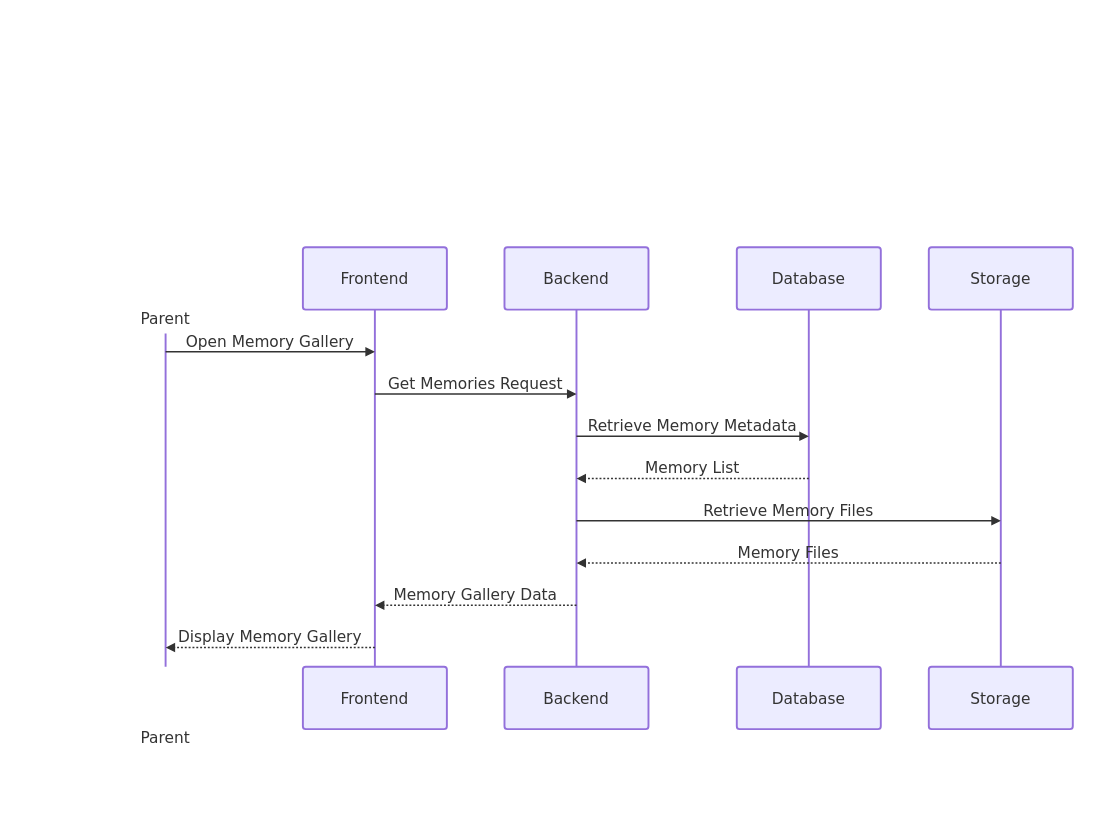
This is docs/requirements/SequenceDiagram/SequenceDiagram_ViewMemoryGallery_MVP_v1.0.drawio from khodadadipoone-boop/-Maniarverse-, a draw.io file, before an edit. Source tidied: cells renumbered, new cells numbered last; positions are measured from the earlier drawing's top-left corner, leaving out a move shared by most shapes. Both pictures are drawn from the tidied source at 96%, with x=0, y=0 at pixel (16, 16).
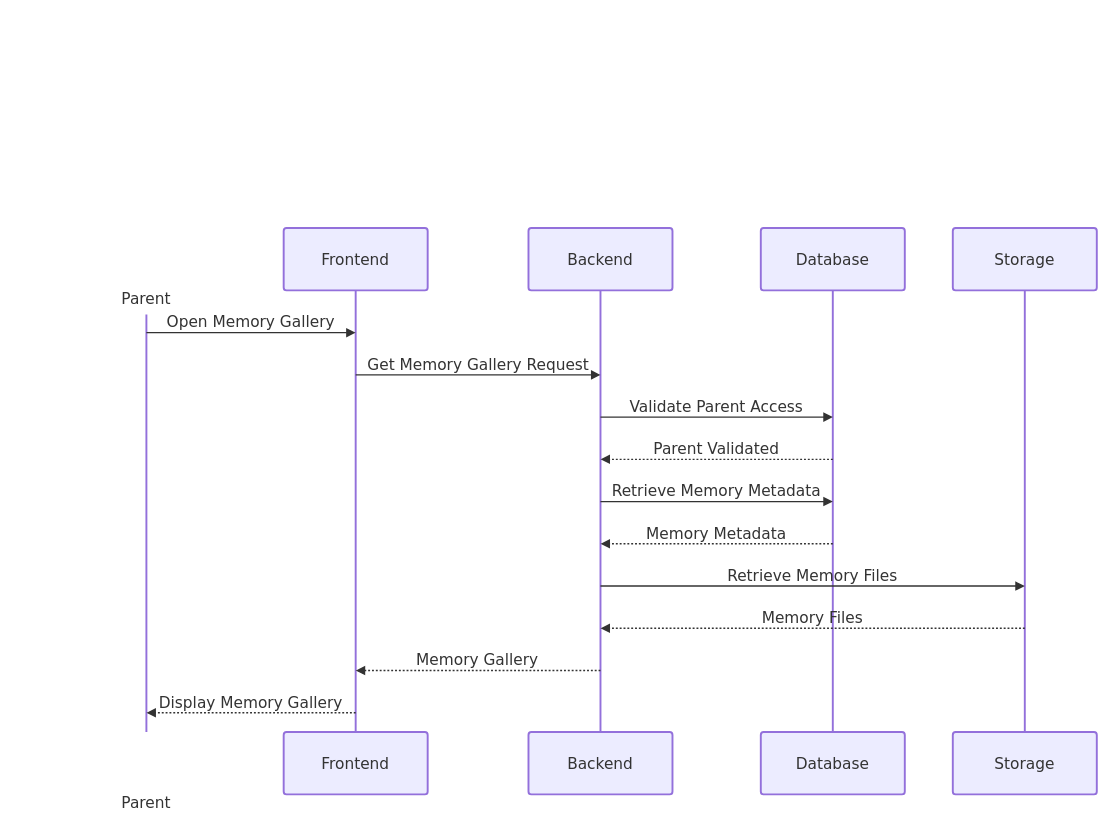
The same page after the edit.

Commit message (it also covers changes not shown here):
add parent access validation to view memory gallery sequence diagram

Unchanged cells that the change refers to:
```xml
<mxCell id="2" style="group;transparentBounds=1;editIcon=1;lockedGroup=0;groupPadding=20;" parent="1" vertex="1">
  <mxGeometry as="geometry" />
</mxCell>
```

What changed in the source:
```diff
@@
     <mxCell id="3" value="Parent" style="html=1;shape=umlLifeline;perimeter=lifelinePerimeter;whiteSpace=wrap;newEdgeStyle={&quot;edgeStyle&quot;:&quot;elbowEdgeStyle&quot;,&quot;elbow&quot;:&quot;vertical&quot;,&quot;curved&quot;:0,&quot;rounded&quot;:0};lifelineDashed=0;strokeWidth=2;rounded=1;absoluteArcSize=1;arcSize=6;lifelineColor=light-dark(#9370DB,#cccccc);participant=seqActorStick;verticalAlign=bottom;align=center;spacingBottom=4;size=90;fillColor=light-dark(#ECECFF,#1f2020);strokeColor=light-dark(#9370DB,#cccccc);fontColor=light-dark(#333333,#cccccc);fontFamily=Trebuchet MS,Verdana,Arial,sans-serif;fontSize=16;" parent="2" vertex="1">
-      <mxGeometry x="80" y="240" width="150" height="437" as="geometry" />
+      <mxGeometry x="60" y="220" width="150" height="525" as="geometry" />
     </mxCell>
     <mxCell id="4" value="Parent" style="html=1;shape=umlLifeline;perimeter=lifelinePerimeter;whiteSpace=wrap;lifelineDashed=0;strokeWidth=2;rounded=1;absoluteArcSize=1;arcSize=6;lifelineColor=light-dark(#9370DB,#cccccc);size=90;participant=seqActorStick;verticalAlign=bottom;align=center;spacingBottom=4;fillColor=light-dark(#ECECFF,#1f2020);strokeColor=light-dark(#9370DB,#cccccc);fontColor=light-dark(#333333,#cccccc);fontFamily=Trebuchet MS,Verdana,Arial,sans-serif;fontSize=16;" parent="2" vertex="1">
-      <mxGeometry x="80" y="677" width="150" height="90" as="geometry" />
+      <mxGeometry x="60" y="745" width="150" height="90" as="geometry" />
     </mxCell>
     <mxCell id="5" value="Frontend" style="html=1;shape=umlLifeline;perimeter=lifelinePerimeter;whiteSpace=wrap;newEdgeStyle={&quot;edgeStyle&quot;:&quot;elbowEdgeStyle&quot;,&quot;elbow&quot;:&quot;vertical&quot;,&quot;curved&quot;:0,&quot;rounded&quot;:0};lifelineDashed=0;strokeWidth=2;rounded=1;absoluteArcSize=1;arcSize=6;lifelineColor=light-dark(#9370DB,#cccccc);size=65;fillColor=light-dark(#ECECFF,#1f2020);strokeColor=light-dark(#9370DB,#cccccc);fontColor=light-dark(#333333,#cccccc);fontFamily=Trebuchet MS,Verdana,Arial,sans-serif;fontSize=16;" parent="2" vertex="1">
-      <mxGeometry x="298" y="240" width="150" height="437" as="geometry" />
+      <mxGeometry x="278" y="220" width="150" height="525" as="geometry" />
     </mxCell>
     <mxCell id="6" value="Frontend" style="html=1;rounded=1;absoluteArcSize=1;arcSize=6;verticalAlign=middle;align=center;strokeWidth=2;whiteSpace=wrap;fillColor=light-dark(#ECECFF,#1f2020);strokeColor=light-dark(#9370DB,#cccccc);fontColor=light-dark(#333333,#cccccc);fontFamily=Trebuchet MS,Verdana,Arial,sans-serif;fontSize=16;" parent="2" vertex="1">
-      <mxGeometry x="298" y="677" width="150" height="65" as="geometry" />
+      <mxGeometry x="278" y="745" width="150" height="65" as="geometry" />
     </mxCell>
     <mxCell id="7" value="Backend" style="html=1;shape=umlLifeline;perimeter=lifelinePerimeter;whiteSpace=wrap;newEdgeStyle={&quot;edgeStyle&quot;:&quot;elbowEdgeStyle&quot;,&quot;elbow&quot;:&quot;vertical&quot;,&quot;curved&quot;:0,&quot;rounded&quot;:0};lifelineDashed=0;strokeWidth=2;rounded=1;absoluteArcSize=1;arcSize=6;lifelineColor=light-dark(#9370DB,#cccccc);size=65;fillColor=light-dark(#ECECFF,#1f2020);strokeColor=light-dark(#9370DB,#cccccc);fontColor=light-dark(#333333,#cccccc);fontFamily=Trebuchet MS,Verdana,Arial,sans-serif;fontSize=16;" parent="2" vertex="1">
-      <mxGeometry x="508" y="240" width="150" height="437" as="geometry" />
+      <mxGeometry x="533" y="220" width="150" height="525" as="geometry" />
     </mxCell>
     <mxCell id="8" value="Backend" style="html=1;rounded=1;absoluteArcSize=1;arcSize=6;verticalAlign=middle;align=center;strokeWidth=2;whiteSpace=wrap;fillColor=light-dark(#ECECFF,#1f2020);strokeColor=light-dark(#9370DB,#cccccc);fontColor=light-dark(#333333,#cccccc);fontFamily=Trebuchet MS,Verdana,Arial,sans-serif;fontSize=16;" parent="2" vertex="1">
-      <mxGeometry x="508" y="677" width="150" height="65" as="geometry" />
+      <mxGeometry x="533" y="745" width="150" height="65" as="geometry" />
     </mxCell>
     <mxCell id="9" value="Database" style="html=1;shape=umlLifeline;perimeter=lifelinePerimeter;whiteSpace=wrap;newEdgeStyle={&quot;edgeStyle&quot;:&quot;elbowEdgeStyle&quot;,&quot;elbow&quot;:&quot;vertical&quot;,&quot;curved&quot;:0,&quot;rounded&quot;:0};lifelineDashed=0;strokeWidth=2;rounded=1;absoluteArcSize=1;arcSize=6;lifelineColor=light-dark(#9370DB,#cccccc);size=65;fillColor=light-dark(#ECECFF,#1f2020);strokeColor=light-dark(#9370DB,#cccccc);fontColor=light-dark(#333333,#cccccc);fontFamily=Trebuchet MS,Verdana,Arial,sans-serif;fontSize=16;" parent="2" vertex="1">
-      <mxGeometry x="750" y="240" width="150" height="437" as="geometry" />
+      <mxGeometry x="775" y="220" width="150" height="525" as="geometry" />
     </mxCell>
     <mxCell id="10" value="Database" style="html=1;rounded=1;absoluteArcSize=1;arcSize=6;verticalAlign=middle;align=center;strokeWidth=2;whiteSpace=wrap;fillColor=light-dark(#ECECFF,#1f2020);strokeColor=light-dark(#9370DB,#cccccc);fontColor=light-dark(#333333,#cccccc);fontFamily=Trebuchet MS,Verdana,Arial,sans-serif;fontSize=16;" parent="2" vertex="1">
-      <mxGeometry x="750" y="677" width="150" height="65" as="geometry" />
+      <mxGeometry x="775" y="745" width="150" height="65" as="geometry" />
     </mxCell>
     <mxCell id="11" value="Storage" style="html=1;shape=umlLifeline;perimeter=lifelinePerimeter;whiteSpace=wrap;newEdgeStyle={&quot;edgeStyle&quot;:&quot;elbowEdgeStyle&quot;,&quot;elbow&quot;:&quot;vertical&quot;,&quot;curved&quot;:0,&quot;rounded&quot;:0};lifelineDashed=0;strokeWidth=2;rounded=1;absoluteArcSize=1;arcSize=6;lifelineColor=light-dark(#9370DB,#cccccc);size=65;fillColor=light-dark(#ECECFF,#1f2020);strokeColor=light-dark(#9370DB,#cccccc);fontColor=light-dark(#333333,#cccccc);fontFamily=Trebuchet MS,Verdana,Arial,sans-serif;fontSize=16;" parent="2" vertex="1">
-      <mxGeometry x="950" y="240" width="150" height="437" as="geometry" />
+      <mxGeometry x="975" y="220" width="150" height="525" as="geometry" />
     </mxCell>
     <mxCell id="12" value="Storage" style="html=1;rounded=1;absoluteArcSize=1;arcSize=6;verticalAlign=middle;align=center;strokeWidth=2;whiteSpace=wrap;fillColor=light-dark(#ECECFF,#1f2020);strokeColor=light-dark(#9370DB,#cccccc);fontColor=light-dark(#333333,#cccccc);fontFamily=Trebuchet MS,Verdana,Arial,sans-serif;fontSize=16;" parent="2" vertex="1">
-      <mxGeometry x="950" y="677" width="150" height="65" as="geometry" />
+      <mxGeometry x="975" y="745" width="150" height="65" as="geometry" />
     </mxCell>
     <mxCell id="13" value="Open Memory Gallery" style="endArrow=block;verticalAlign=bottom;edgeStyle=elbowEdgeStyle;elbow=vertical;curved=0;rounded=0;fontSize=16;labelBackgroundColor=none;strokeWidth=1.5;strokeColor=light-dark(#333333,#cccccc);fontColor=light-dark(#333333,#cccccc);fontFamily=Trebuchet MS,Verdana,Arial,sans-serif;" parent="2" edge="1">
       <mxGeometry relative="1" as="geometry">
-        <mxPoint x="155" y="349" as="sourcePoint" />
-        <mxPoint x="373" y="349" as="targetPoint" />
+        <mxPoint x="135" y="329" as="sourcePoint" />
+        <mxPoint x="353" y="329" as="targetPoint" />
         <Array as="points">
-          <mxPoint x="264" y="349" />
+          <mxPoint x="244" y="329" />
         </Array>
       </mxGeometry>
     </mxCell>
-    <mxCell id="14" value="Get Memories Request" style="endArrow=block;verticalAlign=bottom;edgeStyle=elbowEdgeStyle;elbow=vertical;curved=0;rounded=0;fontSize=16;labelBackgroundColor=none;strokeWidth=1.5;strokeColor=light-dark(#333333,#cccccc);fontColor=light-dark(#333333,#cccccc);fontFamily=Trebuchet MS,Verdana,Arial,sans-serif;" parent="2" edge="1">
-      <mxGeometry relative="1" as="geometry">
-        <mxPoint x="373" y="393" as="sourcePoint" />
-        <mxPoint x="583" y="393" as="targetPoint" />
-        <Array as="points">
-          <mxPoint x="478" y="393" />
-        </Array>
-      </mxGeometry>
-    </mxCell>
+    <mxCell id="21" value="Get Memory Gallery Request" style="endArrow=block;verticalAlign=bottom;edgeStyle=elbowEdgeStyle;elbow=vertical;curved=0;rounded=0;fontSize=16;labelBackgroundColor=none;strokeWidth=1.5;strokeColor=light-dark(#333333,#cccccc);fontColor=light-dark(#333333,#cccccc);fontFamily=Trebuchet MS,Verdana,Arial,sans-serif;" parent="2" edge="1">
+      <mxGeometry relative="1" as="geometry">
+        <mxPoint x="353" y="373" as="sourcePoint" />
+        <mxPoint x="608" y="373" as="targetPoint" />
+        <Array as="points">
+          <mxPoint x="481" y="373" />
+        </Array>
+      </mxGeometry>
+    </mxCell>
+    <mxCell id="22" value="Validate Parent Access" style="endArrow=block;verticalAlign=bottom;edgeStyle=elbowEdgeStyle;elbow=vertical;curved=0;rounded=0;fontSize=16;labelBackgroundColor=none;strokeWidth=1.5;strokeColor=light-dark(#333333,#cccccc);fontColor=light-dark(#333333,#cccccc);fontFamily=Trebuchet MS,Verdana,Arial,sans-serif;" parent="2" edge="1">
+      <mxGeometry relative="1" as="geometry">
+        <mxPoint x="608" y="417" as="sourcePoint" />
+        <mxPoint x="850" y="417" as="targetPoint" />
+        <Array as="points">
+          <mxPoint x="729" y="417" />
+        </Array>
+      </mxGeometry>
+    </mxCell>
+    <mxCell id="23" value="Parent Validated" style="dashed=1;fixDash=1;dashPattern=2 2;endArrow=block;verticalAlign=bottom;edgeStyle=elbowEdgeStyle;elbow=vertical;curved=0;rounded=0;fontSize=16;labelBackgroundColor=none;strokeWidth=1.5;strokeColor=light-dark(#333333,#cccccc);fontColor=light-dark(#333333,#cccccc);fontFamily=Trebuchet MS,Verdana,Arial,sans-serif;" parent="2" edge="1">
+      <mxGeometry relative="1" as="geometry">
+        <mxPoint x="850" y="461" as="sourcePoint" />
+        <mxPoint x="608" y="461" as="targetPoint" />
+        <Array as="points">
+          <mxPoint x="729" y="461" />
+        </Array>
+      </mxGeometry>
+    </mxCell>
     <mxCell id="15" value="Retrieve Memory Metadata" style="endArrow=block;verticalAlign=bottom;edgeStyle=elbowEdgeStyle;elbow=vertical;curved=0;rounded=0;fontSize=16;labelBackgroundColor=none;strokeWidth=1.5;strokeColor=light-dark(#333333,#cccccc);fontColor=light-dark(#333333,#cccccc);fontFamily=Trebuchet MS,Verdana,Arial,sans-serif;" parent="2" edge="1">
       <mxGeometry relative="1" as="geometry">
-        <mxPoint x="583" y="437" as="sourcePoint" />
-        <mxPoint x="825" y="437" as="targetPoint" />
+        <mxPoint x="608" y="505" as="sourcePoint" />
+        <mxPoint x="850" y="505" as="targetPoint" />
         <Array as="points">
-          <mxPoint x="704" y="437" />
+          <mxPoint x="729" y="505" />
         </Array>
       </mxGeometry>
     </mxCell>
-    <mxCell id="16" value="Memory List" style="dashed=1;fixDash=1;dashPattern=2 2;endArrow=block;verticalAlign=bottom;edgeStyle=elbowEdgeStyle;elbow=vertical;curved=0;rounded=0;fontSize=16;labelBackgroundColor=none;strokeWidth=1.5;strokeColor=light-dark(#333333,#cccccc);fontColor=light-dark(#333333,#cccccc);fontFamily=Trebuchet MS,Verdana,Arial,sans-serif;" parent="2" edge="1">
-      <mxGeometry relative="1" as="geometry">
-        <mxPoint x="825" y="481" as="sourcePoint" />
-        <mxPoint x="583" y="481" as="targetPoint" />
-        <Array as="points">
-          <mxPoint x="704" y="481" />
-        </Array>
-      </mxGeometry>
-    </mxCell>
+    <mxCell id="24" value="Memory Metadata" style="dashed=1;fixDash=1;dashPattern=2 2;endArrow=block;verticalAlign=bottom;edgeStyle=elbowEdgeStyle;elbow=vertical;curved=0;rounded=0;fontSize=16;labelBackgroundColor=none;strokeWidth=1.5;strokeColor=light-dark(#333333,#cccccc);fontColor=light-dark(#333333,#cccccc);fontFamily=Trebuchet MS,Verdana,Arial,sans-serif;" parent="2" edge="1">
+      <mxGeometry relative="1" as="geometry">
+        <mxPoint x="850" y="549" as="sourcePoint" />
+        <mxPoint x="608" y="549" as="targetPoint" />
+        <Array as="points">
+          <mxPoint x="729" y="549" />
+        </Array>
+      </mxGeometry>
+    </mxCell>
     <mxCell id="17" value="Retrieve Memory Files" style="endArrow=block;verticalAlign=bottom;edgeStyle=elbowEdgeStyle;elbow=vertical;curved=0;rounded=0;fontSize=16;labelBackgroundColor=none;strokeWidth=1.5;strokeColor=light-dark(#333333,#cccccc);fontColor=light-dark(#333333,#cccccc);fontFamily=Trebuchet MS,Verdana,Arial,sans-serif;" parent="2" edge="1">
       <mxGeometry relative="1" as="geometry">
-        <mxPoint x="583" y="525" as="sourcePoint" />
-        <mxPoint x="1025" y="525" as="targetPoint" />
+        <mxPoint x="608" y="593" as="sourcePoint" />
+        <mxPoint x="1050" y="593" as="targetPoint" />
         <Array as="points">
-          <mxPoint x="804" y="525" />
+          <mxPoint x="829" y="593" />
         </Array>
       </mxGeometry>
     </mxCell>
     <mxCell id="18" value="Memory Files" style="dashed=1;fixDash=1;dashPattern=2 2;endArrow=block;verticalAlign=bottom;edgeStyle=elbowEdgeStyle;elbow=vertical;curved=0;rounded=0;fontSize=16;labelBackgroundColor=none;strokeWidth=1.5;strokeColor=light-dark(#333333,#cccccc);fontColor=light-dark(#333333,#cccccc);fontFamily=Trebuchet MS,Verdana,Arial,sans-serif;" parent="2" edge="1">
       <mxGeometry relative="1" as="geometry">
-        <mxPoint x="1025" y="569" as="sourcePoint" />
-        <mxPoint x="583" y="569" as="targetPoint" />
+        <mxPoint x="1050" y="637" as="sourcePoint" />
+        <mxPoint x="608" y="637" as="targetPoint" />
         <Array as="points">
-          <mxPoint x="804" y="569" />
+          <mxPoint x="829" y="637" />
         </Array>
       </mxGeometry>
     </mxCell>
-    <mxCell id="19" value="Memory Gallery Data" style="dashed=1;fixDash=1;dashPattern=2 2;endArrow=block;verticalAlign=bottom;edgeStyle=elbowEdgeStyle;elbow=vertical;curved=0;rounded=0;fontSize=16;labelBackgroundColor=none;strokeWidth=1.5;strokeColor=light-dark(#333333,#cccccc);fontColor=light-dark(#333333,#cccccc);fontFamily=Trebuchet MS,Verdana,Arial,sans-serif;" parent="2" edge="1">
-      <mxGeometry relative="1" as="geometry">
-        <mxPoint x="583" y="613" as="sourcePoint" />
-        <mxPoint x="373" y="613" as="targetPoint" />
-        <Array as="points">
-          <mxPoint x="478" y="613" />
-        </Array>
-      </mxGeometry>
-    </mxCell>
+    <mxCell id="25" value="Memory Gallery" style="dashed=1;fixDash=1;dashPattern=2 2;endArrow=block;verticalAlign=bottom;edgeStyle=elbowEdgeStyle;elbow=vertical;curved=0;rounded=0;fontSize=16;labelBackgroundColor=none;strokeWidth=1.5;strokeColor=light-dark(#333333,#cccccc);fontColor=light-dark(#333333,#cccccc);fontFamily=Trebuchet MS,Verdana,Arial,sans-serif;" parent="2" edge="1">
+      <mxGeometry relative="1" as="geometry">
+        <mxPoint x="608" y="681" as="sourcePoint" />
+        <mxPoint x="353" y="681" as="targetPoint" />
+        <Array as="points">
+          <mxPoint x="481" y="681" />
+        </Array>
+      </mxGeometry>
+    </mxCell>
     <mxCell id="20" value="Display Memory Gallery" style="dashed=1;fixDash=1;dashPattern=2 2;endArrow=block;verticalAlign=bottom;edgeStyle=elbowEdgeStyle;elbow=vertical;curved=0;rounded=0;fontSize=16;labelBackgroundColor=none;strokeWidth=1.5;strokeColor=light-dark(#333333,#cccccc);fontColor=light-dark(#333333,#cccccc);fontFamily=Trebuchet MS,Verdana,Arial,sans-serif;" parent="2" edge="1">
       <mxGeometry relative="1" as="geometry">
-        <mxPoint x="373" y="657" as="sourcePoint" />
-        <mxPoint x="155" y="657" as="targetPoint" />
+        <mxPoint x="353" y="725" as="sourcePoint" />
+        <mxPoint x="135" y="725" as="targetPoint" />
         <Array as="points">
-          <mxPoint x="264" y="657" />
+          <mxPoint x="244" y="725" />
         </Array>
       </mxGeometry>
     </mxCell>
```
